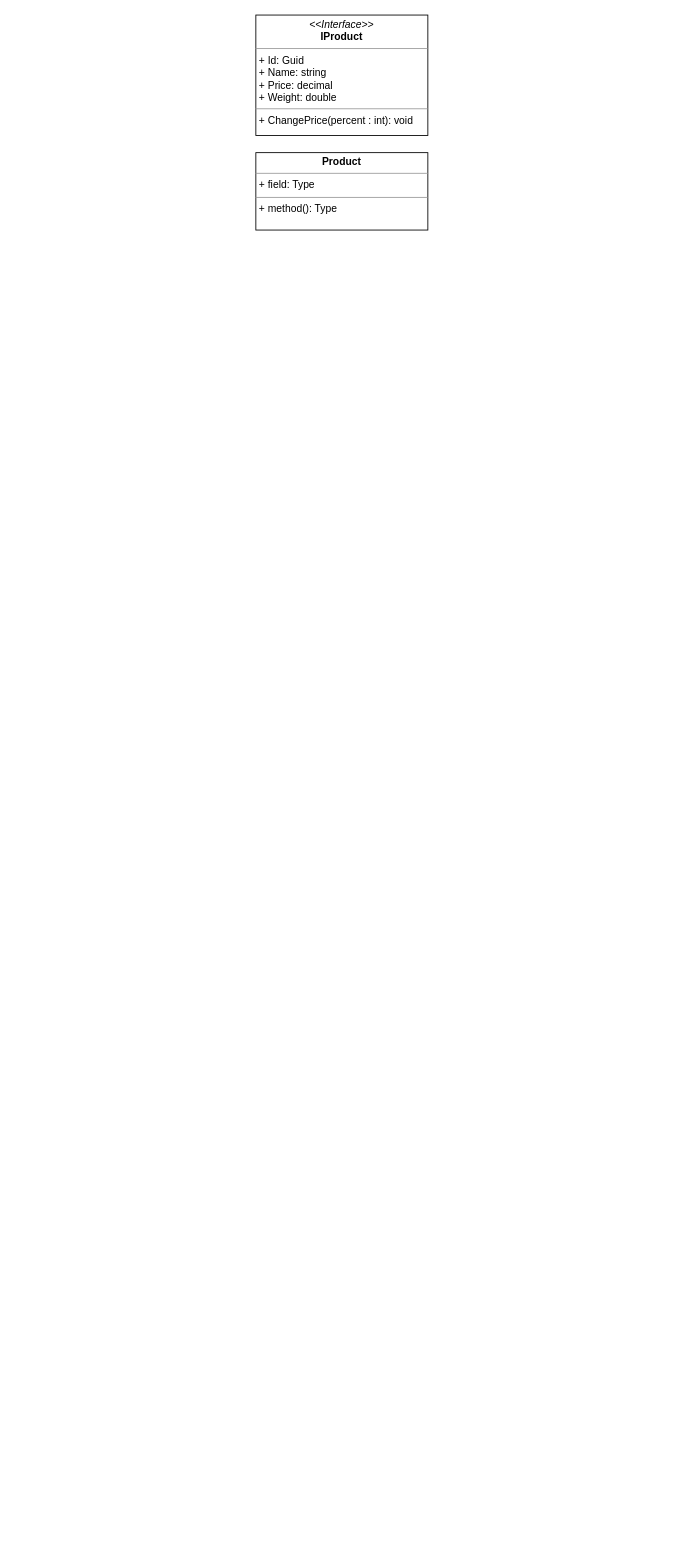
Earlier version of the draw.io diagram Task11/Untitled Diagram.drawio (senivlm/SigmaHW-1). Source tidied: cells renumbered, new cells numbered last; positions are measured from the earlier drawing's top-left corner, leaving out a move shared by most shapes. Both pictures are drawn from the tidied source at 86%, with x=0, y=0 at pixel (255, 15).
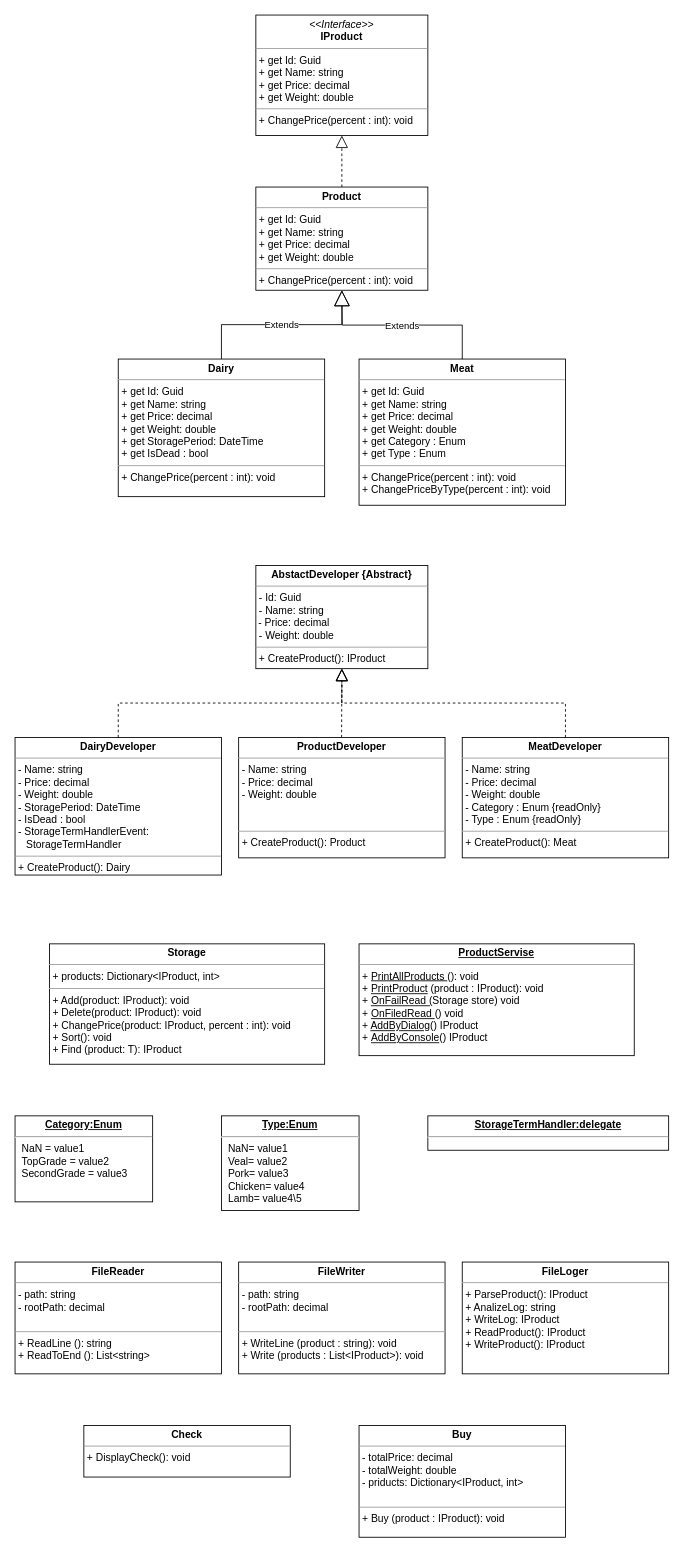
After the change.

Diff of the diagram source:
```diff
@@
-    <mxCell id="2" value="&lt;p style=&quot;margin:0px;margin-top:4px;text-align:center;&quot;&gt;&lt;i&gt;&amp;lt;&amp;lt;Interface&amp;gt;&amp;gt;&lt;/i&gt;&lt;br&gt;&lt;b&gt;IProduct&lt;/b&gt;&lt;/p&gt;&lt;hr size=&quot;1&quot;&gt;&lt;p style=&quot;margin:0px;margin-left:4px;&quot;&gt;+ Id: Guid&lt;br&gt;+ Name: string&lt;/p&gt;&lt;p style=&quot;margin:0px;margin-left:4px;&quot;&gt;+ Price: decimal&lt;br&gt;&lt;/p&gt;&lt;p style=&quot;margin:0px;margin-left:4px;&quot;&gt;+ Weight: double&lt;/p&gt;&lt;hr size=&quot;1&quot;&gt;&lt;p style=&quot;margin:0px;margin-left:4px;&quot;&gt;+ ChangePrice(percent : int): void&lt;br&gt;&lt;/p&gt;" style="verticalAlign=top;align=left;overflow=fill;fontSize=12;fontFamily=Helvetica;html=1;" parent="1" vertex="1">
+    <mxCell id="2" value="&lt;p style=&quot;margin:0px;margin-top:4px;text-align:center;&quot;&gt;&lt;i&gt;&amp;lt;&amp;lt;Interface&amp;gt;&amp;gt;&lt;/i&gt;&lt;br&gt;&lt;b&gt;IProduct&lt;/b&gt;&lt;/p&gt;&lt;hr size=&quot;1&quot;&gt;&lt;p style=&quot;margin:0px;margin-left:4px;&quot;&gt;+ get Id: Guid&lt;br&gt;+ get Name: string&lt;/p&gt;&lt;p style=&quot;margin:0px;margin-left:4px;&quot;&gt;+ get Price: decimal&lt;br&gt;&lt;/p&gt;&lt;p style=&quot;margin:0px;margin-left:4px;&quot;&gt;+ get Weight: double&lt;/p&gt;&lt;hr size=&quot;1&quot;&gt;&lt;p style=&quot;margin:0px;margin-left:4px;&quot;&gt;+ ChangePrice(percent : int): void&lt;br&gt;&lt;/p&gt;" style="verticalAlign=top;align=left;overflow=fill;fontSize=12;fontFamily=Helvetica;html=1;" parent="1" vertex="1">
       <mxGeometry width="200" height="140" as="geometry" />
     </mxCell>
-    <mxCell id="3" value="&lt;p style=&quot;margin:0px;margin-top:4px;text-align:center;&quot;&gt;&lt;b&gt;Product&lt;/b&gt;&lt;/p&gt;&lt;hr size=&quot;1&quot;&gt;&lt;p style=&quot;margin:0px;margin-left:4px;&quot;&gt;+ field: Type&lt;/p&gt;&lt;hr size=&quot;1&quot;&gt;&lt;p style=&quot;margin:0px;margin-left:4px;&quot;&gt;+ method(): Type&lt;/p&gt;" style="verticalAlign=top;align=left;overflow=fill;fontSize=12;fontFamily=Helvetica;html=1;" parent="1" vertex="1">
-      <mxGeometry y="160" width="200" height="90" as="geometry" />
+    <mxCell id="3" value="&lt;p style=&quot;margin:0px;margin-top:4px;text-align:center;&quot;&gt;&lt;b&gt;Product&lt;/b&gt;&lt;/p&gt;&lt;hr size=&quot;1&quot;&gt;&lt;p style=&quot;margin: 0px 0px 0px 4px;&quot;&gt;+ get Id: Guid&lt;br&gt;+ get Name: string&lt;/p&gt;&lt;p style=&quot;margin: 0px 0px 0px 4px;&quot;&gt;+ get Price: decimal&lt;br&gt;&lt;/p&gt;&lt;p style=&quot;margin: 0px 0px 0px 4px;&quot;&gt;+ get Weight: double&lt;/p&gt;&lt;hr size=&quot;1&quot;&gt;&lt;p style=&quot;margin:0px;margin-left:4px;&quot;&gt;+ ChangePrice(percent : int): void&lt;br&gt;&lt;/p&gt;" style="verticalAlign=top;align=left;overflow=fill;fontSize=12;fontFamily=Helvetica;html=1;" parent="1" vertex="1">
+      <mxGeometry y="200" width="200" height="120" as="geometry" />
     </mxCell>
+    <mxCell id="4" value="&lt;p style=&quot;margin:0px;margin-top:4px;text-align:center;&quot;&gt;&lt;b&gt;Dairy&lt;/b&gt;&lt;/p&gt;&lt;hr size=&quot;1&quot;&gt;&lt;p style=&quot;margin: 0px 0px 0px 4px;&quot;&gt;+ get Id: Guid&lt;br&gt;+ get Name: string&lt;/p&gt;&lt;p style=&quot;margin: 0px 0px 0px 4px;&quot;&gt;+ get Price: decimal&lt;br&gt;&lt;/p&gt;&lt;p style=&quot;margin: 0px 0px 0px 4px;&quot;&gt;+ get Weight: double&lt;/p&gt;&lt;p style=&quot;margin: 0px 0px 0px 4px;&quot;&gt;+ get StoragePeriod: DateTime&lt;/p&gt;&lt;p style=&quot;margin: 0px 0px 0px 4px;&quot;&gt;+ get IsDead : bool&lt;/p&gt;&lt;hr size=&quot;1&quot;&gt;&lt;p style=&quot;margin:0px;margin-left:4px;&quot;&gt;+ ChangePrice(percent : int): void&lt;br&gt;&lt;/p&gt;" style="verticalAlign=top;align=left;overflow=fill;fontSize=12;fontFamily=Helvetica;html=1;" parent="1" vertex="1">
+      <mxGeometry x="-160" y="400" width="240" height="160" as="geometry" />
+    </mxCell>
+    <mxCell id="5" value="&lt;p style=&quot;margin:0px;margin-top:4px;text-align:center;&quot;&gt;&lt;b&gt;Meat&lt;/b&gt;&lt;/p&gt;&lt;hr size=&quot;1&quot;&gt;&lt;p style=&quot;margin: 0px 0px 0px 4px;&quot;&gt;+ get Id: Guid&lt;br&gt;+ get Name: string&lt;/p&gt;&lt;p style=&quot;margin: 0px 0px 0px 4px;&quot;&gt;+ get Price: decimal&lt;br&gt;&lt;/p&gt;&lt;p style=&quot;margin: 0px 0px 0px 4px;&quot;&gt;+ get Weight: double&lt;/p&gt;&lt;p style=&quot;margin: 0px 0px 0px 4px;&quot;&gt;+ get Category : Enum&lt;/p&gt;&lt;p style=&quot;margin: 0px 0px 0px 4px;&quot;&gt;+ get Type : Enum&lt;/p&gt;&lt;hr size=&quot;1&quot;&gt;&lt;p style=&quot;margin:0px;margin-left:4px;&quot;&gt;+ ChangePrice(percent : int): void&lt;br&gt;&lt;/p&gt;&lt;p style=&quot;margin:0px;margin-left:4px;&quot;&gt;+ ChangePriceByType(percent : int): void&lt;br&gt;&lt;/p&gt;" style="verticalAlign=top;align=left;overflow=fill;fontSize=12;fontFamily=Helvetica;html=1;" parent="1" vertex="1">
+      <mxGeometry x="120" y="400" width="240" height="170" as="geometry" />
+    </mxCell>
+    <mxCell id="6" value="Extends" style="endArrow=block;endSize=16;endFill=0;html=1;rounded=0;exitX=0.5;exitY=0;exitDx=0;exitDy=0;entryX=0.5;entryY=1;entryDx=0;entryDy=0;edgeStyle=orthogonalEdgeStyle;" parent="1" edge="1" source="4" target="3">
+      <mxGeometry relative="1" as="geometry" />
+    </mxCell>
+    <mxCell id="7" value="Extends" style="endArrow=block;endSize=16;endFill=0;html=1;rounded=0;exitX=0.5;exitY=0;exitDx=0;exitDy=0;edgeStyle=orthogonalEdgeStyle;" parent="1" edge="1" source="5">
+      <mxGeometry relative="1" as="geometry">
+        <mxPoint x="100" y="320" as="targetPoint" />
+      </mxGeometry>
+    </mxCell>
+    <mxCell id="8" style="endArrow=block;dashed=1;endFill=0;endSize=12;html=1;rounded=0;exitX=0.5;exitY=0;exitDx=0;exitDy=0;entryX=0.5;entryY=1;entryDx=0;entryDy=0;" parent="1" edge="1" source="3" target="2">
+      <mxGeometry relative="1" as="geometry" />
+    </mxCell>
+    <mxCell id="9" value="&lt;p style=&quot;margin:0px;margin-top:4px;text-align:center;&quot;&gt;&lt;b&gt;AbstactDeveloper {Abstract}&lt;/b&gt;&lt;br&gt;&lt;/p&gt;&lt;hr size=&quot;1&quot;&gt;&lt;p style=&quot;margin: 0px 0px 0px 4px;&quot;&gt;- Id: Guid&lt;br&gt;- Name: string&lt;/p&gt;&lt;span style=&quot;background-color: initial;&quot;&gt;&amp;nbsp;- Price: decimal&lt;/span&gt;&lt;br&gt;&lt;p style=&quot;margin: 0px 0px 0px 4px;&quot;&gt;- Weight: double&amp;nbsp;&lt;/p&gt;&lt;hr size=&quot;1&quot;&gt;&lt;p style=&quot;margin:0px;margin-left:4px;&quot;&gt;+ CreateProduct(): IProduct&lt;br&gt;&lt;/p&gt;" style="verticalAlign=top;align=left;overflow=fill;fontSize=12;fontFamily=Helvetica;html=1;" parent="1" vertex="1">
+      <mxGeometry y="640" width="200" height="120" as="geometry" />
+    </mxCell>
+    <mxCell id="10" value="&lt;p style=&quot;margin:0px;margin-top:4px;text-align:center;&quot;&gt;&lt;b&gt;Dairy&lt;/b&gt;&lt;b style=&quot;background-color: initial;&quot;&gt;Developer&lt;/b&gt;&lt;/p&gt;&lt;hr size=&quot;1&quot;&gt;&lt;p style=&quot;margin: 0px 0px 0px 4px;&quot;&gt;- Name: string&lt;/p&gt;&lt;p style=&quot;margin: 0px 0px 0px 4px;&quot;&gt;- Price: decimal&lt;br&gt;&lt;/p&gt;&lt;p style=&quot;margin: 0px 0px 0px 4px;&quot;&gt;- Weight: double&lt;/p&gt;&lt;p style=&quot;margin: 0px 0px 0px 4px;&quot;&gt;- StoragePeriod: DateTime&lt;/p&gt;&lt;p style=&quot;margin: 0px 0px 0px 4px;&quot;&gt;- IsDead : bool&lt;/p&gt;&lt;p style=&quot;margin: 0px 0px 0px 4px;&quot;&gt;&lt;span style=&quot;background-color: initial;&quot;&gt;- StorageTermHandlerEvent:&lt;/span&gt;&lt;/p&gt;&lt;span style=&quot;white-space: pre;&quot;&gt; &lt;/span&gt;&lt;span style=&quot;white-space: pre;&quot;&gt; &lt;/span&gt;&lt;span style=&quot;white-space: pre;&quot;&gt; &lt;/span&gt;&lt;span style=&quot;white-space: pre;&quot;&gt; &lt;/span&gt;StorageTermHandler&amp;nbsp;&lt;hr size=&quot;1&quot;&gt;&lt;p style=&quot;margin:0px;margin-left:4px;&quot;&gt;+ CreateProduct(): Dairy&lt;br&gt;&lt;/p&gt;" style="verticalAlign=top;align=left;overflow=fill;fontSize=12;fontFamily=Helvetica;html=1;" parent="1" vertex="1">
+      <mxGeometry x="-280" y="840" width="240" height="160" as="geometry" />
+    </mxCell>
+    <mxCell id="11" value="&lt;p style=&quot;margin:0px;margin-top:4px;text-align:center;&quot;&gt;&lt;b&gt;Meat&lt;/b&gt;&lt;b style=&quot;background-color: initial;&quot;&gt;Developer&lt;/b&gt;&lt;/p&gt;&lt;hr size=&quot;1&quot;&gt;&lt;p style=&quot;margin: 0px 0px 0px 4px;&quot;&gt;- Name: string&lt;/p&gt;&lt;p style=&quot;margin: 0px 0px 0px 4px;&quot;&gt;- Price: decimal&lt;br&gt;&lt;/p&gt;&lt;p style=&quot;margin: 0px 0px 0px 4px;&quot;&gt;- Weight: double&lt;/p&gt;&lt;p style=&quot;margin: 0px 0px 0px 4px;&quot;&gt;- Category : Enum {readOnly}&lt;/p&gt;&lt;p style=&quot;margin: 0px 0px 0px 4px;&quot;&gt;- Type : Enum {readOnly}&lt;/p&gt;&lt;hr size=&quot;1&quot;&gt;&lt;p style=&quot;margin:0px;margin-left:4px;&quot;&gt;+ CreateProduct(): Meat&lt;br&gt;&lt;/p&gt;" style="verticalAlign=top;align=left;overflow=fill;fontSize=12;fontFamily=Helvetica;html=1;" parent="1" vertex="1">
+      <mxGeometry x="240" y="840" width="240" height="140" as="geometry" />
+    </mxCell>
+    <mxCell id="12" value="&lt;p style=&quot;margin:0px;margin-top:4px;text-align:center;&quot;&gt;&lt;b&gt;Product&lt;/b&gt;&lt;b style=&quot;background-color: initial;&quot;&gt;Developer&lt;/b&gt;&lt;/p&gt;&lt;hr size=&quot;1&quot;&gt;&lt;p style=&quot;margin: 0px 0px 0px 4px;&quot;&gt;- Name: string&lt;/p&gt;&lt;p style=&quot;margin: 0px 0px 0px 4px;&quot;&gt;- Price: decimal&lt;br&gt;&lt;/p&gt;&lt;p style=&quot;margin: 0px 0px 0px 4px;&quot;&gt;- Weight: double&lt;/p&gt;&lt;p style=&quot;margin: 0px 0px 0px 4px;&quot;&gt;&lt;br&gt;&lt;/p&gt;&lt;p style=&quot;margin: 0px 0px 0px 4px;&quot;&gt;&lt;br&gt;&lt;/p&gt;&lt;hr size=&quot;1&quot;&gt;&lt;p style=&quot;margin:0px;margin-left:4px;&quot;&gt;+ CreateProduct(): Product&lt;br&gt;&lt;/p&gt;" style="verticalAlign=top;align=left;overflow=fill;fontSize=12;fontFamily=Helvetica;html=1;" parent="1" vertex="1">
+      <mxGeometry x="-20" y="840" width="240" height="140" as="geometry" />
+    </mxCell>
+    <mxCell id="13" style="endArrow=block;dashed=1;endFill=0;endSize=12;html=1;rounded=0;exitX=0.5;exitY=0;exitDx=0;exitDy=0;entryX=0.5;entryY=1;entryDx=0;entryDy=0;" parent="1" edge="1" target="9">
+      <mxGeometry relative="1" as="geometry">
+        <mxPoint x="99.7" y="840" as="sourcePoint" />
+      </mxGeometry>
+    </mxCell>
+    <mxCell id="14" style="endArrow=block;dashed=1;endFill=0;endSize=12;html=1;rounded=0;exitX=0.5;exitY=0;exitDx=0;exitDy=0;entryX=0.5;entryY=1;entryDx=0;entryDy=0;edgeStyle=orthogonalEdgeStyle;" parent="1" edge="1" source="11" target="9">
+      <mxGeometry relative="1" as="geometry" />
+    </mxCell>
+    <mxCell id="15" style="endArrow=block;dashed=1;endFill=0;endSize=12;html=1;rounded=0;exitX=0.5;exitY=0;exitDx=0;exitDy=0;entryX=0.5;entryY=1;entryDx=0;entryDy=0;edgeStyle=orthogonalEdgeStyle;" parent="1" edge="1" source="10" target="9">
+      <mxGeometry relative="1" as="geometry" />
+    </mxCell>
+    <mxCell id="16" value="&lt;p style=&quot;margin:0px;margin-top:4px;text-align:center;text-decoration:underline;&quot;&gt;&lt;b&gt;Category:Enum&lt;/b&gt;&lt;/p&gt;&lt;hr&gt;&lt;p style=&quot;margin:0px;margin-left:8px;&quot;&gt;NaN = value1&lt;br&gt;TopGrade = value2&lt;br&gt;SecondGrade = value3&lt;/p&gt;" style="verticalAlign=top;align=left;overflow=fill;fontSize=12;fontFamily=Helvetica;html=1;" parent="1" vertex="1">
+      <mxGeometry x="-280" y="1280" width="160" height="100" as="geometry" />
+    </mxCell>
+    <mxCell id="17" value="&lt;p style=&quot;margin:0px;margin-top:4px;text-align:center;text-decoration:underline;&quot;&gt;&lt;b&gt;Type:Enum&lt;/b&gt;&lt;/p&gt;&lt;hr&gt;&lt;p style=&quot;margin:0px;margin-left:8px;&quot;&gt;NaN= value1&lt;br&gt;Veal= value2&lt;br&gt;Pork= value3&lt;/p&gt;&lt;p style=&quot;margin:0px;margin-left:8px;&quot;&gt;Chicken= value4&lt;br&gt;&lt;/p&gt;&lt;p style=&quot;margin:0px;margin-left:8px;&quot;&gt;Lamb= value4\5&lt;br&gt;&lt;/p&gt;" style="verticalAlign=top;align=left;overflow=fill;fontSize=12;fontFamily=Helvetica;html=1;" parent="1" vertex="1">
+      <mxGeometry x="-40" y="1280" width="160" height="110" as="geometry" />
+    </mxCell>
+    <mxCell id="18" value="&lt;p style=&quot;margin:0px;margin-top:4px;text-align:center;text-decoration:underline;&quot;&gt;&lt;b&gt;StorageTermHandler:delegate&lt;/b&gt;&lt;/p&gt;&lt;hr&gt;&lt;p style=&quot;margin:0px;margin-left:8px;&quot;&gt;&lt;br&gt;&lt;/p&gt;" style="verticalAlign=top;align=left;overflow=fill;fontSize=12;fontFamily=Helvetica;html=1;" parent="1" vertex="1">
+      <mxGeometry x="200" y="1280" width="280" height="40" as="geometry" />
+    </mxCell>
+    <mxCell id="19" value="&lt;p style=&quot;margin:0px;margin-top:4px;text-align:center;&quot;&gt;&lt;b&gt;FileReader&lt;/b&gt;&lt;/p&gt;&lt;hr size=&quot;1&quot;&gt;&lt;p style=&quot;margin: 0px 0px 0px 4px;&quot;&gt;- path: string&lt;/p&gt;&lt;p style=&quot;margin: 0px 0px 0px 4px;&quot;&gt;- rootPath: decimal&lt;/p&gt;&amp;nbsp;&lt;hr size=&quot;1&quot;&gt;&lt;p style=&quot;margin:0px;margin-left:4px;&quot;&gt;+ ReadLine (): string&lt;br&gt;&lt;/p&gt;&lt;p style=&quot;margin:0px;margin-left:4px;&quot;&gt;+ ReadToEnd (): List&amp;lt;string&amp;gt;&lt;br&gt;&lt;/p&gt;" style="verticalAlign=top;align=left;overflow=fill;fontSize=12;fontFamily=Helvetica;html=1;" parent="1" vertex="1">
+      <mxGeometry x="-280" y="1450" width="240" height="130" as="geometry" />
+    </mxCell>
+    <mxCell id="20" value="&lt;p style=&quot;margin:0px;margin-top:4px;text-align:center;&quot;&gt;&lt;b&gt;FileLoger&lt;/b&gt;&lt;/p&gt;&lt;hr size=&quot;1&quot;&gt;&lt;p style=&quot;margin:0px;margin-left:4px;&quot;&gt;+ ParseProduct(): IProduct&lt;/p&gt;&lt;p style=&quot;margin:0px;margin-left:4px;&quot;&gt;+ AnalizeLog: string&lt;br&gt;&lt;/p&gt;&lt;p style=&quot;margin:0px;margin-left:4px;&quot;&gt;+ WriteLog: IProduct&lt;br&gt;&lt;/p&gt;&lt;p style=&quot;margin:0px;margin-left:4px;&quot;&gt;+ ReadProduct(): IProduct&lt;br&gt;&lt;/p&gt;&lt;p style=&quot;margin:0px;margin-left:4px;&quot;&gt;+ WriteProduct(): IProduct&lt;br&gt;&lt;/p&gt;" style="verticalAlign=top;align=left;overflow=fill;fontSize=12;fontFamily=Helvetica;html=1;" parent="1" vertex="1">
+      <mxGeometry x="240" y="1450" width="240" height="130" as="geometry" />
+    </mxCell>
+    <mxCell id="21" value="&lt;p style=&quot;margin:0px;margin-top:4px;text-align:center;&quot;&gt;&lt;b&gt;FileWriter&lt;/b&gt;&lt;/p&gt;&lt;hr size=&quot;1&quot;&gt;&lt;p style=&quot;margin: 0px 0px 0px 4px;&quot;&gt;- path: string&lt;/p&gt;&lt;p style=&quot;margin: 0px 0px 0px 4px;&quot;&gt;- rootPath: decimal&lt;/p&gt;&amp;nbsp;&lt;hr size=&quot;1&quot;&gt;&lt;p style=&quot;margin:0px;margin-left:4px;&quot;&gt;+ WriteLine (product : string&lt;span style=&quot;background-color: initial;&quot;&gt;): void&lt;/span&gt;&lt;/p&gt;&lt;p style=&quot;margin:0px;margin-left:4px;&quot;&gt;+ Write (products : List&amp;lt;IProduct&amp;gt;): void&lt;br&gt;&lt;/p&gt;" style="verticalAlign=top;align=left;overflow=fill;fontSize=12;fontFamily=Helvetica;html=1;" parent="1" vertex="1">
+      <mxGeometry x="-20" y="1450" width="240" height="130" as="geometry" />
+    </mxCell>
+    <mxCell id="22" value="&lt;p style=&quot;margin:0px;margin-top:4px;text-align:center;&quot;&gt;&lt;b&gt;Check&lt;/b&gt;&lt;/p&gt;&lt;hr size=&quot;1&quot;&gt;&lt;p style=&quot;margin:0px;margin-left:4px;&quot;&gt;+ DisplayCheck(): void&lt;/p&gt;" style="verticalAlign=top;align=left;overflow=fill;fontSize=12;fontFamily=Helvetica;html=1;" parent="1" vertex="1">
+      <mxGeometry x="-200" y="1640" width="240" height="60" as="geometry" />
+    </mxCell>
+    <mxCell id="23" value="&lt;p style=&quot;margin:0px;margin-top:4px;text-align:center;&quot;&gt;&lt;b&gt;Buy&lt;/b&gt;&lt;/p&gt;&lt;hr size=&quot;1&quot;&gt;&lt;p style=&quot;margin: 0px 0px 0px 4px;&quot;&gt;- totalPrice: decimal&lt;/p&gt;&lt;p style=&quot;margin: 0px 0px 0px 4px;&quot;&gt;- totalWeight: double&lt;/p&gt;&lt;p style=&quot;margin: 0px 0px 0px 4px;&quot;&gt;- priducts: Dictionary&amp;lt;IProduct, int&amp;gt;&lt;br&gt;&lt;/p&gt;&amp;nbsp;&lt;hr size=&quot;1&quot;&gt;&lt;p style=&quot;margin:0px;margin-left:4px;&quot;&gt;+ Buy (product : IProduct&lt;span style=&quot;background-color: initial;&quot;&gt;): void&lt;/span&gt;&lt;/p&gt;" style="verticalAlign=top;align=left;overflow=fill;fontSize=12;fontFamily=Helvetica;html=1;" parent="1" vertex="1">
+      <mxGeometry x="120" y="1640" width="240" height="130" as="geometry" />
+    </mxCell>
+    <mxCell id="24" value="&lt;p style=&quot;margin:0px;margin-top:4px;text-align:center;&quot;&gt;&lt;b&gt;Storage&lt;/b&gt;&lt;/p&gt;&lt;hr size=&quot;1&quot;&gt;&lt;p style=&quot;margin: 0px 0px 0px 4px;&quot;&gt;+ products: Dictionary&amp;lt;IProduct, int&amp;gt;&lt;br&gt;&lt;/p&gt;&lt;hr size=&quot;1&quot;&gt;&lt;p style=&quot;margin:0px;margin-left:4px;&quot;&gt;+ Add(product: IProduct): void&lt;br&gt;&lt;/p&gt;&lt;p style=&quot;margin:0px;margin-left:4px;&quot;&gt;+ Delete(product: IProduct): void&lt;/p&gt;&lt;p style=&quot;margin:0px;margin-left:4px;&quot;&gt;+ ChangePrice(product: IProduct, percent : int): void&lt;br&gt;&lt;/p&gt;&lt;p style=&quot;margin:0px;margin-left:4px;&quot;&gt;+ Sort(): void&lt;br&gt;&lt;/p&gt;&lt;p style=&quot;margin:0px;margin-left:4px;&quot;&gt;+ Find (product: T): IProduct&lt;/p&gt;" style="verticalAlign=top;align=left;overflow=fill;fontSize=12;fontFamily=Helvetica;html=1;" parent="1" vertex="1">
+      <mxGeometry x="-240" y="1080" width="320" height="140" as="geometry" />
+    </mxCell>
+    <mxCell id="25" value="&lt;p style=&quot;margin:0px;margin-top:4px;text-align:center;&quot;&gt;&lt;b&gt;&lt;u&gt;ProductServise&lt;/u&gt;&lt;/b&gt;&lt;/p&gt;&lt;hr size=&quot;1&quot;&gt;&lt;p style=&quot;margin:0px;margin-left:4px;&quot;&gt;+ &lt;u&gt;PrintAllProducts &lt;/u&gt;(): void&lt;br&gt;&lt;/p&gt;&lt;p style=&quot;margin:0px;margin-left:4px;&quot;&gt;+ &lt;u&gt;PrintProduct&lt;/u&gt; (product : IProduct): void&lt;br&gt;&lt;/p&gt;&lt;p style=&quot;margin:0px;margin-left:4px;&quot;&gt;+&amp;nbsp;&lt;u&gt;OnFailRead (&lt;/u&gt;Storage store) void&lt;/p&gt;&lt;p style=&quot;margin:0px;margin-left:4px;&quot;&gt;+ &lt;u&gt;OnFiledRead &lt;/u&gt;() void&lt;/p&gt;&lt;p style=&quot;margin:0px;margin-left:4px;&quot;&gt;+ &lt;u&gt;AddByDialog&lt;/u&gt;() IProduct&lt;br&gt;&lt;/p&gt;&lt;p style=&quot;margin:0px;margin-left:4px;&quot;&gt;+&amp;nbsp;&lt;u&gt;AddByConsole&lt;/u&gt;() IProduct&lt;br&gt;&lt;/p&gt;" style="verticalAlign=top;align=left;overflow=fill;fontSize=12;fontFamily=Helvetica;html=1;" parent="1" vertex="1">
+      <mxGeometry x="120" y="1080" width="320" height="130" as="geometry" />
+    </mxCell>
```
